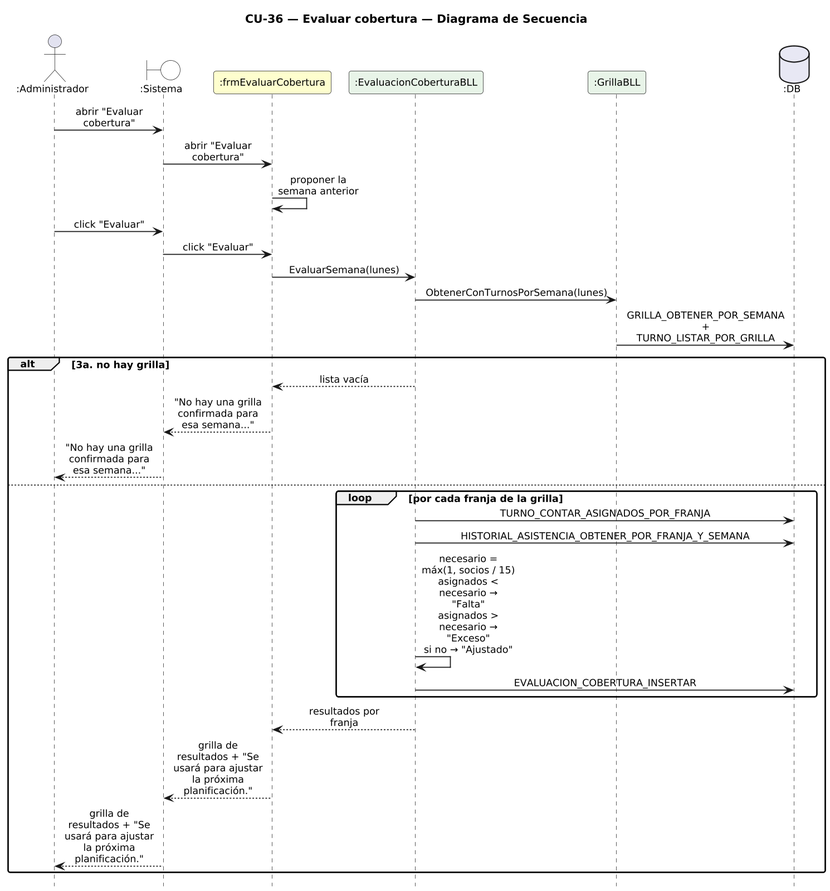
The PlantUML diagram DIAGRAMAS/DiagramaSecuencia_CU36_EvaluarCobertura.png in Urrels/ingenieria_software, before a commit.
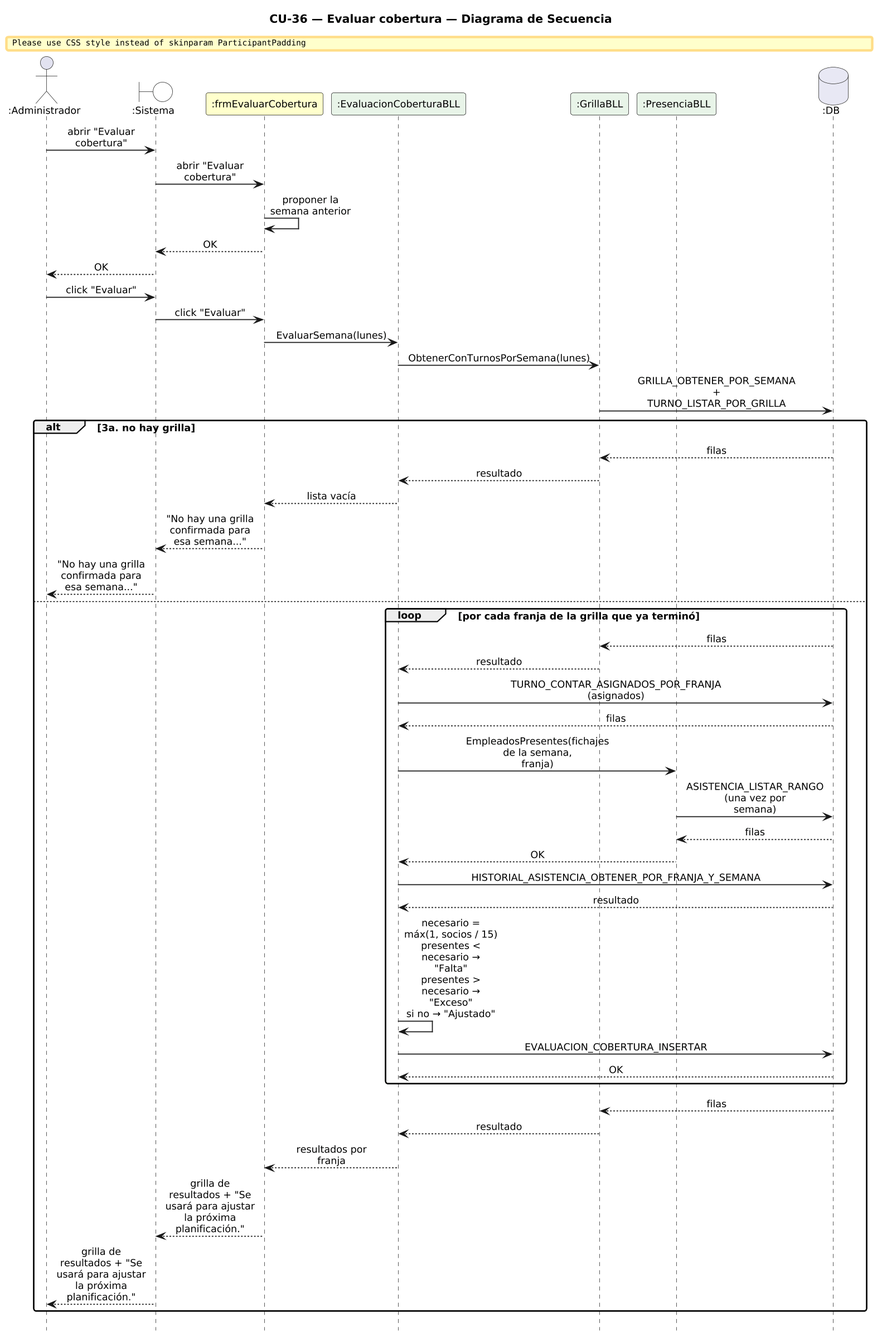
Above is the later version.

Diff of the diagram source:
```diff
@@ -18,27 +18,43 @@
 participant ":frmEvaluarCobertura" as F #FEFECE
 participant ":EvaluacionCoberturaBLL" as EV #E8F4E8
 participant ":GrillaBLL" as G #E8F4E8
+participant ":PresenciaBLL" as P #E8F4E8
 database ":DB" as DB #E8E8F4
 
 A -> SYS : abrir "Evaluar cobertura"
 SYS -> F : abrir "Evaluar cobertura"
 F -> F : proponer la semana anterior
+F --> SYS : OK
+SYS --> A : OK
 A -> SYS : click "Evaluar"
 SYS -> F : click "Evaluar"
 F -> EV : EvaluarSemana(lunes)
 EV -> G : ObtenerConTurnosPorSemana(lunes)
 G -> DB : GRILLA_OBTENER_POR_SEMANA + TURNO_LISTAR_POR_GRILLA
 alt 3a. no hay grilla
+  DB --> G : filas
+  G --> EV : resultado
   EV --> F : lista vacía
   F --> SYS : "No hay una grilla confirmada para esa semana..."
   SYS --> A : "No hay una grilla confirmada para esa semana..."
 else
-  loop por cada franja de la grilla
-    EV -> DB : TURNO_CONTAR_ASIGNADOS_POR_FRANJA
+  loop por cada franja de la grilla que ya terminó
+    DB --> G : filas
+    G --> EV : resultado
+    EV -> DB : TURNO_CONTAR_ASIGNADOS_POR_FRANJA (asignados)
+    DB --> EV : filas
+    EV -> P : EmpleadosPresentes(fichajes de la semana, franja)
+    P -> DB : ASISTENCIA_LISTAR_RANGO (una vez por semana)
+    DB --> P : filas
+    P --> EV : OK
     EV -> DB : HISTORIAL_ASISTENCIA_OBTENER_POR_FRANJA_Y_SEMANA
-    EV -> EV : necesario = máx(1, socios / 15)\nasignados < necesario → "Falta"\nasignados > necesario → "Exceso"\nsi no → "Ajustado"
+    DB --> EV : resultado
+    EV -> EV : necesario = máx(1, socios / 15)\npresentes < necesario → "Falta"\npresentes > necesario → "Exceso"\nsi no → "Ajustado"
     EV -> DB : EVALUACION_COBERTURA_INSERTAR
+    DB --> EV : OK
   end
+  DB --> G : filas
+  G --> EV : resultado
   EV --> F : resultados por franja
   F --> SYS : grilla de resultados + "Se usará para ajustar\nla próxima planificación."
   SYS --> A : grilla de resultados + "Se usará para ajustar\nla próxima planificación."
```
